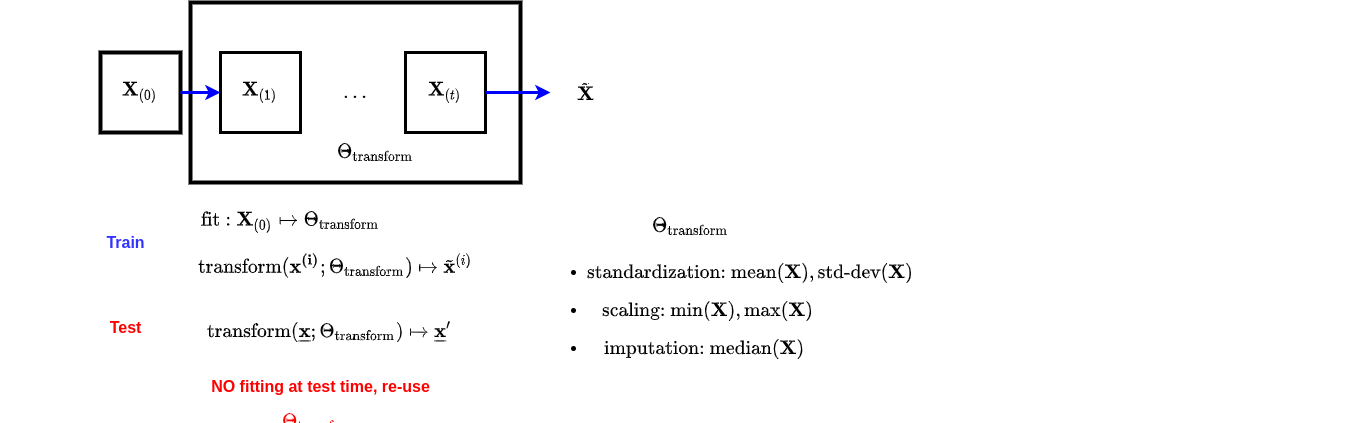
Above: images/Feature_engineering_fit.png in kenperry-public/ML_Fall_2020 (draw.io), before the change. Source tidied: cells renumbered, new cells last; positions are measured from the earlier drawing's top-left corner, leaving out a move shared by most shapes.
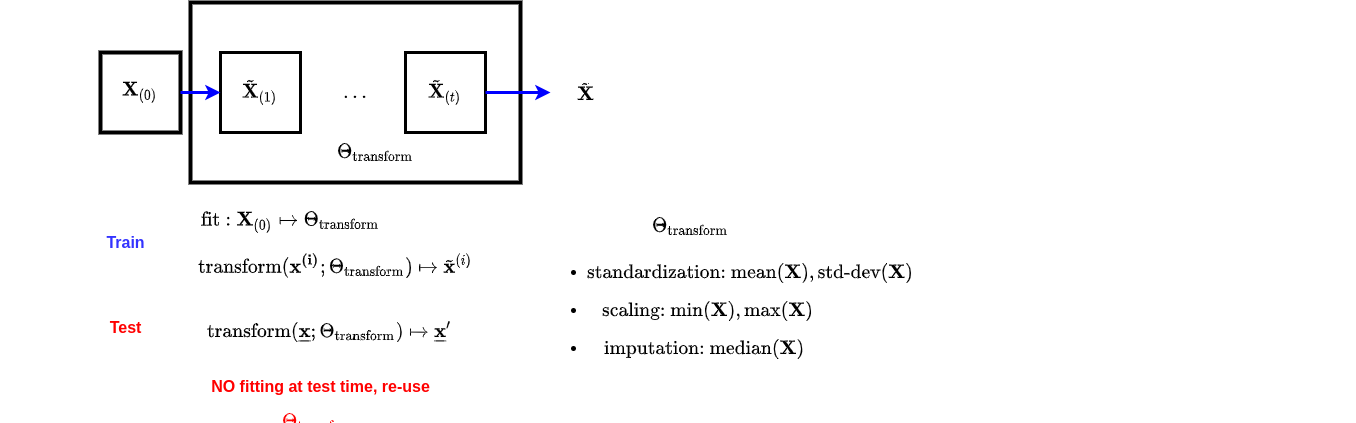
Later version of the same file.

The edit, as a diff of the source:
```diff
@@ -8,10 +8,10 @@
     <mxCell id="3" value="&lt;font style=&quot;font-size: 16px&quot;&gt;$$\mathbf{X}_{(0)}$$&lt;/font&gt;" style="whiteSpace=wrap;html=1;strokeWidth=4;" parent="1" vertex="1">
       <mxGeometry x="100" y="50" width="80" height="80" as="geometry" />
     </mxCell>
-    <mxCell id="4" value="&lt;font style=&quot;font-size: 16px&quot;&gt;$$\mathbf{X}_{(1)}$$&lt;/font&gt;" style="whiteSpace=wrap;html=1;strokeWidth=3;" parent="1" vertex="1">
+    <mxCell id="4" value="&lt;font style=&quot;font-size: 16px&quot;&gt;$$\tilde{\mathbf{X}}_{(1)}$$&lt;/font&gt;" style="whiteSpace=wrap;html=1;strokeWidth=3;" parent="1" vertex="1">
       <mxGeometry x="220" y="50" width="80" height="80" as="geometry" />
     </mxCell>
-    <mxCell id="5" value="&lt;font style=&quot;font-size: 16px&quot;&gt;$$\mathbf{X}_{(t)}$$&lt;/font&gt;" style="whiteSpace=wrap;html=1;strokeWidth=3;" parent="1" vertex="1">
+    <mxCell id="5" value="&lt;font style=&quot;font-size: 16px&quot;&gt;$$\tilde{\mathbf{X}}_{(t)}$$&lt;/font&gt;" style="whiteSpace=wrap;html=1;strokeWidth=3;" parent="1" vertex="1">
       <mxGeometry x="405" y="50" width="80" height="80" as="geometry" />
     </mxCell>
     <mxCell id="6" style="edgeStyle=orthogonalEdgeStyle;rounded=0;orthogonalLoop=1;jettySize=auto;html=1;entryX=0;entryY=0.5;entryDx=0;entryDy=0;" parent="1" edge="1">
```
